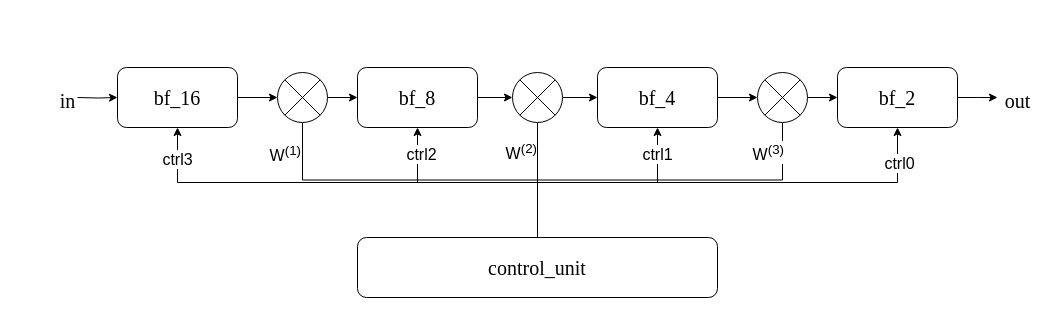
The draw.io diagram 未命名绘图.drawio in ALpht/16_FFT, before the edit. Source tidied: cells renumbered, new cells numbered last; positions are measured from the earlier drawing's top-left corner, leaving out a move shared by most shapes. Both pictures are drawn from the tidied source at 100%, with x=0, y=0 at pixel (47, 67).
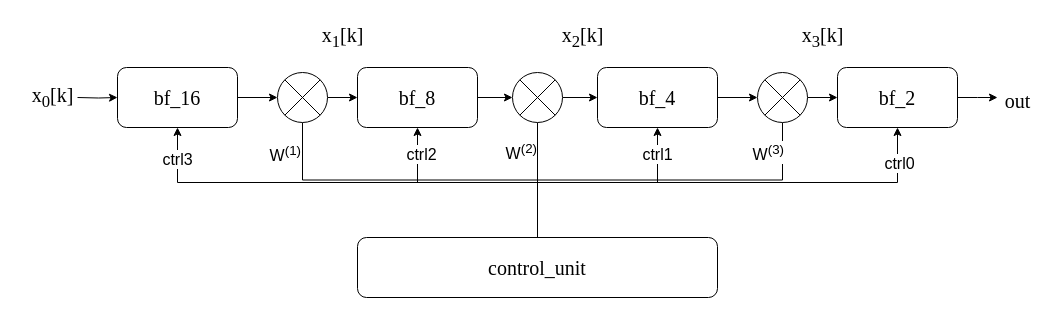
After the change.

Commit message:
更新未命名绘图.drawio

Change to the diagram source:
```diff
@@
-    <mxCell id="32" value="&lt;font style=&quot;font-size: 20px;&quot; face=&quot;Times New Roman&quot;&gt;in&lt;/font&gt;" style="text;html=1;align=center;verticalAlign=middle;strokeColor=none;fillColor=none;fontSize=11;fontFamily=Helvetica;fontColor=default;" parent="1" vertex="1">
-      <mxGeometry y="13" width="40" height="40" as="geometry" />
+    <mxCell id="32" value="&lt;font style=&quot;font-size: 20px;&quot; face=&quot;Times New Roman&quot;&gt;x&lt;sub&gt;0&lt;/sub&gt;[k]&lt;/font&gt;" style="text;html=1;align=center;verticalAlign=middle;strokeColor=none;fillColor=none;fontSize=11;fontFamily=Helvetica;fontColor=default;" parent="1" vertex="1">
+      <mxGeometry x="-30" y="10" width="70" height="40" as="geometry" />
     </mxCell>
@@
+    <mxCell id="34" value="&lt;font style=&quot;font-size: 20px;&quot; face=&quot;Times New Roman&quot;&gt;x&lt;sub&gt;1&lt;/sub&gt;[k]&lt;/font&gt;" style="text;html=1;align=center;verticalAlign=middle;strokeColor=none;fillColor=none;fontSize=11;fontFamily=Helvetica;fontColor=default;" parent="1" vertex="1">
+      <mxGeometry x="260" y="-50" width="70" height="40" as="geometry" />
+    </mxCell>
+    <mxCell id="35" value="&lt;font style=&quot;font-size: 20px;&quot; face=&quot;Times New Roman&quot;&gt;x&lt;sub&gt;2&lt;/sub&gt;[k]&lt;/font&gt;" style="text;html=1;align=center;verticalAlign=middle;strokeColor=none;fillColor=none;fontSize=11;fontFamily=Helvetica;fontColor=default;" parent="1" vertex="1">
+      <mxGeometry x="500" y="-50" width="70" height="40" as="geometry" />
+    </mxCell>
+    <mxCell id="36" value="&lt;font style=&quot;font-size: 20px;&quot; face=&quot;Times New Roman&quot;&gt;x&lt;sub&gt;3&lt;/sub&gt;[k]&lt;/font&gt;" style="text;html=1;align=center;verticalAlign=middle;strokeColor=none;fillColor=none;fontSize=11;fontFamily=Helvetica;fontColor=default;" parent="1" vertex="1">
+      <mxGeometry x="740" y="-50" width="70" height="40" as="geometry" />
+    </mxCell>
```
